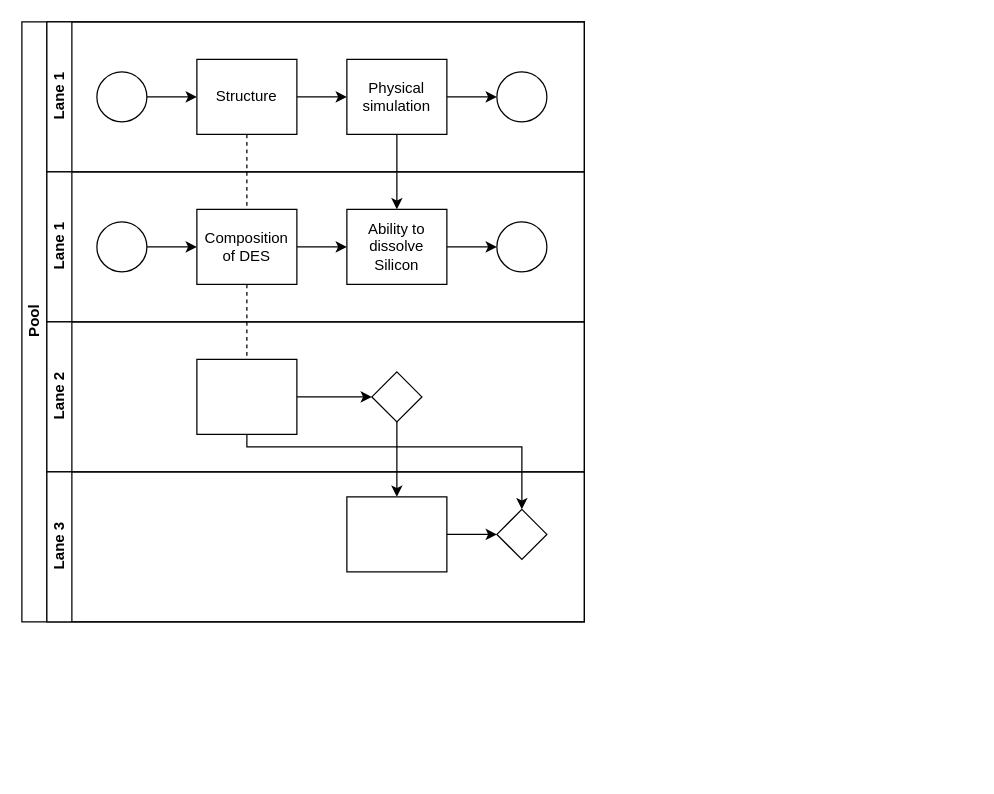
Earlier version of the draw.io diagram Unbenanntes Diagramm.drawio (kay-squared/PyTorchLearn). Source tidied: cells renumbered, new cells numbered last; positions are measured from the earlier drawing's top-left corner, leaving out a move shared by most shapes. Both pictures are drawn from the tidied source at 125%, with x=0, y=0 at pixel (21, 21).
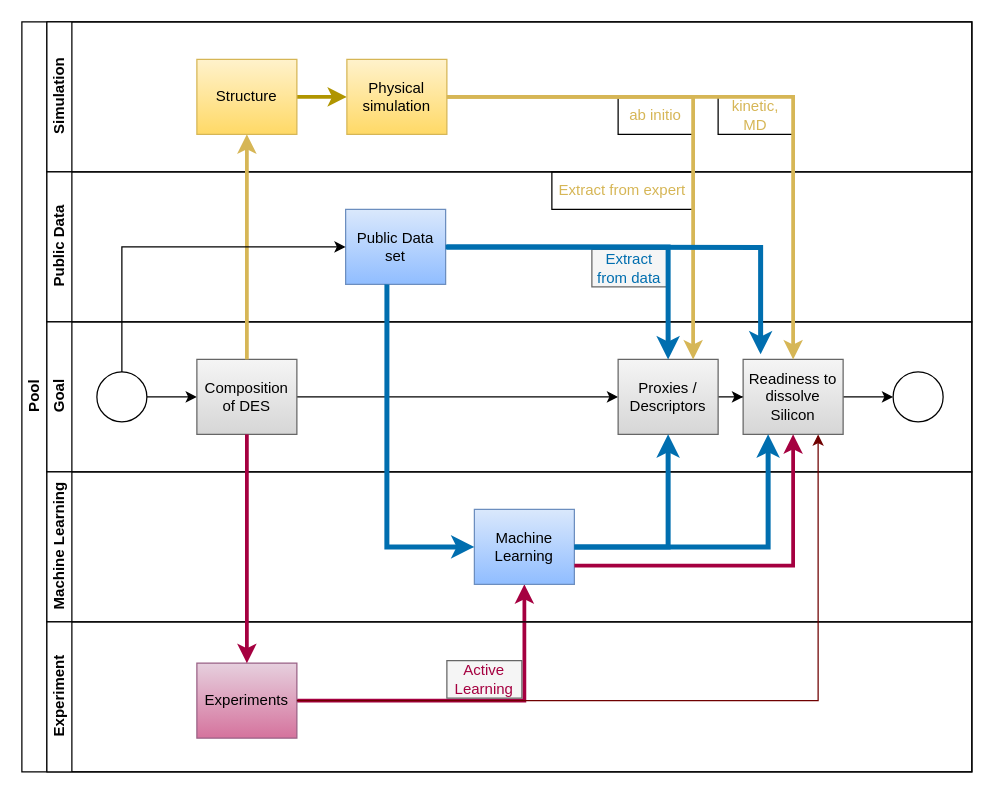
After the change.

Unchanged cells that the change refers to:
```xml
<mxCell id="16" style="ellipse;whiteSpace=wrap;html=1;" parent="14" vertex="1">
  <mxGeometry x="40" y="40" width="40" height="40" as="geometry" />
</mxCell>
```

Diff of the diagram source:
```diff
@@
     <mxCell id="2" value="Pool" style="swimlane;html=1;horizontal=0;startSize=20;" parent="1" vertex="1">
-      <mxGeometry width="450" height="480" as="geometry" />
+      <mxGeometry width="760" height="600" as="geometry" />
     </mxCell>
-    <mxCell id="3" style="edgeStyle=orthogonalEdgeStyle;rounded=0;jettySize=auto;html=1;dashed=1;endArrow=none;endFill=0;" parent="2" edge="1" source="10" target="24">
-      <mxGeometry relative="1" as="geometry" />
-    </mxCell>
-    <mxCell id="4" style="edgeStyle=orthogonalEdgeStyle;rounded=0;jettySize=auto;html=1;endArrow=classic;endFill=1;" parent="2" edge="1" source="25" target="28">
-      <mxGeometry relative="1" as="geometry" />
-    </mxCell>
-    <mxCell id="5" style="edgeStyle=orthogonalEdgeStyle;rounded=0;jettySize=auto;html=1;endArrow=classic;endFill=1;" parent="2" edge="1" source="24" target="29">
-      <mxGeometry relative="1" as="geometry">
-        <Array as="points">
-          <mxPoint x="180" y="340" />
-          <mxPoint x="400" y="340" />
-        </Array>
-      </mxGeometry>
-    </mxCell>
-    <mxCell id="6" value="Lane 1" style="swimlane;html=1;startSize=20;horizontal=0;" parent="2" vertex="1">
-      <mxGeometry x="20" width="430" height="120" as="geometry" />
+    <mxCell id="6" value="Simulation" style="swimlane;html=1;startSize=20;horizontal=0;" parent="2" vertex="1">
+      <mxGeometry x="20" width="740" height="120" as="geometry" />
     </mxCell>
-    <mxCell id="7" style="edgeStyle=orthogonalEdgeStyle;rounded=0;jettySize=auto;html=1;" parent="6" edge="1" source="8" target="10">
-      <mxGeometry relative="1" as="geometry" />
-    </mxCell>
-    <mxCell id="8" style="ellipse;whiteSpace=wrap;html=1;" parent="6" vertex="1">
-      <mxGeometry x="40" y="40" width="40" height="40" as="geometry" />
-    </mxCell>
-    <mxCell id="9" style="edgeStyle=orthogonalEdgeStyle;rounded=0;jettySize=auto;html=1;" parent="6" edge="1" source="10" target="12">
+    <mxCell id="9" style="edgeStyle=orthogonalEdgeStyle;rounded=0;jettySize=auto;html=1;fillColor=#e3c800;strokeColor=#B09500;strokeWidth=3;" parent="6" edge="1" source="10" target="12">
       <mxGeometry relative="1" as="geometry" />
     </mxCell>
+    <mxCell id="31" value="kinetic,&lt;div&gt;MD&lt;/div&gt;" style="text;html=1;align=center;verticalAlign=middle;whiteSpace=wrap;rounded=0;strokeColor=default;fontColor=#d6b656;" parent="6" vertex="1">
+      <mxGeometry x="537" y="60" width="60" height="30" as="geometry" />
+    </mxCell>
+    <mxCell id="32" value="ab initio" style="text;html=1;align=center;verticalAlign=middle;whiteSpace=wrap;rounded=0;strokeColor=default;fontColor=#d6b656;" parent="6" vertex="1">
+      <mxGeometry x="457" y="60" width="60" height="30" as="geometry" />
+    </mxCell>
-    <mxCell id="10" value="Structure" style="rounded=0;whiteSpace=wrap;html=1;fontFamily=Helvetica;fontSize=12;fontColor=#000000;align=center;" parent="6" vertex="1">
+    <mxCell id="10" value="Structure" style="rounded=0;whiteSpace=wrap;html=1;fontFamily=Helvetica;fontSize=12;align=center;fillColor=#fff2cc;strokeColor=#d6b656;gradientColor=#ffd966;" parent="6" vertex="1">
       <mxGeometry x="120" y="30" width="80" height="60" as="geometry" />
     </mxCell>
-    <mxCell id="11" style="edgeStyle=orthogonalEdgeStyle;rounded=0;jettySize=auto;html=1;endArrow=classic;endFill=1;" parent="6" edge="1" source="12" target="13">
-      <mxGeometry relative="1" as="geometry" />
-    </mxCell>
-    <mxCell id="12" value="Physical simulation" style="rounded=0;whiteSpace=wrap;html=1;fontFamily=Helvetica;fontSize=12;fontColor=#000000;align=center;" parent="6" vertex="1">
+    <mxCell id="12" value="Physical simulation" style="rounded=0;whiteSpace=wrap;html=1;fontFamily=Helvetica;fontSize=12;align=center;fillColor=#fff2cc;strokeColor=#d6b656;gradientColor=#ffd966;" parent="6" vertex="1">
       <mxGeometry x="240" y="30" width="80" height="60" as="geometry" />
     </mxCell>
-    <mxCell id="13" style="ellipse;whiteSpace=wrap;html=1;" parent="6" vertex="1">
-      <mxGeometry x="360" y="40" width="40" height="40" as="geometry" />
-    </mxCell>
+    <mxCell id="33" value="Public Data" style="swimlane;html=1;startSize=20;horizontal=0;" parent="2" vertex="1">
+      <mxGeometry x="20" y="120" width="740" height="120" as="geometry" />
+    </mxCell>
+    <mxCell id="34" value="Extract from data" style="text;html=1;align=center;verticalAlign=middle;whiteSpace=wrap;rounded=0;fillColor=#f5f5f5;fontColor=#006eaf;strokeColor=#666666;" parent="33" vertex="1">
+      <mxGeometry x="436" y="62" width="60" height="30" as="geometry" />
+    </mxCell>
+    <mxCell id="35" value="Extract from expert" style="text;html=1;align=center;verticalAlign=middle;whiteSpace=wrap;rounded=0;strokeColor=default;fontColor=#d6b656;" parent="33" vertex="1">
+      <mxGeometry x="404" width="113" height="30" as="geometry" />
+    </mxCell>
+    <mxCell id="36" value="Public Data set" style="rounded=0;whiteSpace=wrap;html=1;fontFamily=Helvetica;fontSize=12;align=center;fillColor=#dae8fc;strokeColor=#6c8ebf;gradientColor=#90BDFF;" parent="33" vertex="1">
+      <mxGeometry x="239" y="30" width="80" height="60" as="geometry" />
+    </mxCell>
-    <mxCell id="14" value="Lane 1" style="swimlane;html=1;startSize=20;horizontal=0;" parent="2" vertex="1">
-      <mxGeometry x="20" y="120" width="430" height="120" as="geometry" />
+    <mxCell id="14" value="Goal" style="swimlane;html=1;startSize=20;horizontal=0;" parent="2" vertex="1">
+      <mxGeometry x="20" y="240" width="740" height="120" as="geometry" />
     </mxCell>
@@
-    <mxCell id="17" style="edgeStyle=orthogonalEdgeStyle;rounded=0;jettySize=auto;html=1;" parent="14" edge="1" source="18" target="20">
+    <mxCell id="17" style="edgeStyle=orthogonalEdgeStyle;rounded=0;jettySize=auto;html=1;entryX=0;entryY=0.5;entryDx=0;entryDy=0;" parent="14" edge="1" source="18" target="38">
       <mxGeometry relative="1" as="geometry" />
     </mxCell>
+    <mxCell id="19" style="edgeStyle=orthogonalEdgeStyle;rounded=0;jettySize=auto;html=1;endArrow=classic;endFill=1;" parent="14" edge="1" source="20" target="21">
+      <mxGeometry relative="1" as="geometry" />
+    </mxCell>
+    <mxCell id="21" style="ellipse;whiteSpace=wrap;html=1;" parent="14" vertex="1">
+      <mxGeometry x="677" y="40" width="40" height="40" as="geometry" />
+    </mxCell>
+    <mxCell id="37" style="edgeStyle=orthogonalEdgeStyle;rounded=0;jettySize=auto;html=1;" parent="14" edge="1" source="38" target="20">
+      <mxGeometry relative="1" as="geometry" />
+    </mxCell>
-    <mxCell id="18" value="Composition of DES" style="rounded=0;whiteSpace=wrap;html=1;fontFamily=Helvetica;fontSize=12;fontColor=#000000;align=center;" parent="14" vertex="1">
+    <mxCell id="18" value="Composition of DES" style="rounded=0;whiteSpace=wrap;html=1;fontFamily=Helvetica;fontSize=12;align=center;fillColor=#f5f5f5;strokeColor=#666666;gradientColor=#D6D6D6;" parent="14" vertex="1">
       <mxGeometry x="120" y="30" width="80" height="60" as="geometry" />
     </mxCell>
-    <mxCell id="19" style="edgeStyle=orthogonalEdgeStyle;rounded=0;jettySize=auto;html=1;endArrow=classic;endFill=1;" parent="14" edge="1" source="20" target="21">
-      <mxGeometry relative="1" as="geometry" />
-    </mxCell>
-    <mxCell id="20" value="Ability to dissolve Silicon" style="rounded=0;whiteSpace=wrap;html=1;fontFamily=Helvetica;fontSize=12;fontColor=#000000;align=center;" parent="14" vertex="1">
-      <mxGeometry x="240" y="30" width="80" height="60" as="geometry" />
+    <mxCell id="20" value="Readiness to dissolve Silicon" style="rounded=0;whiteSpace=wrap;html=1;fontFamily=Helvetica;fontSize=12;align=center;fillColor=#f5f5f5;strokeColor=#666666;gradientColor=#D6D6D6;" parent="14" vertex="1">
+      <mxGeometry x="557" y="30" width="80" height="60" as="geometry" />
     </mxCell>
-    <mxCell id="21" style="ellipse;whiteSpace=wrap;html=1;" parent="14" vertex="1">
-      <mxGeometry x="360" y="40" width="40" height="40" as="geometry" />
-    </mxCell>
+    <mxCell id="38" value="Proxies / Descriptors" style="rounded=0;whiteSpace=wrap;html=1;fontFamily=Helvetica;fontSize=12;align=center;fillColor=#f5f5f5;strokeColor=#666666;gradientColor=#D6D6D6;" parent="14" vertex="1">
+      <mxGeometry x="457" y="30" width="80" height="60" as="geometry" />
+    </mxCell>
-    <mxCell id="22" value="Lane 2" style="swimlane;html=1;startSize=20;horizontal=0;" parent="2" vertex="1">
-      <mxGeometry x="20" y="240" width="430" height="120" as="geometry" />
+    <mxCell id="22" value="Machine Learning" style="swimlane;html=1;startSize=20;horizontal=0;" parent="2" vertex="1">
+      <mxGeometry x="20" y="360" width="740" height="120" as="geometry" />
     </mxCell>
+    <mxCell id="39" style="edgeStyle=orthogonalEdgeStyle;rounded=0;jettySize=auto;html=1;exitX=1;exitY=0.5;exitDx=0;exitDy=0;entryX=0.5;entryY=1;entryDx=0;entryDy=0;fillColor=#d80073;strokeColor=#A50040;strokeWidth=3;" parent="22" edge="1" source="24" target="28">
+      <mxGeometry relative="1" as="geometry" />
+    </mxCell>
+    <mxCell id="24" value="Experiments" style="rounded=0;whiteSpace=wrap;html=1;fontFamily=Helvetica;fontSize=12;align=center;fillColor=#e6d0de;strokeColor=#996185;gradientColor=#d5739d;" parent="22" vertex="1">
+      <mxGeometry x="120" y="153" width="80" height="60" as="geometry" />
+    </mxCell>
+    <mxCell id="28" value="Machine Learning" style="rounded=0;whiteSpace=wrap;html=1;fontFamily=Helvetica;fontSize=12;align=center;fillColor=#dae8fc;strokeColor=#6c8ebf;gradientColor=#90BDFF;" parent="22" vertex="1">
+      <mxGeometry x="342" y="30" width="80" height="60" as="geometry" />
+    </mxCell>
+    <mxCell id="26" value="Experiment" style="swimlane;html=1;startSize=20;horizontal=0;" parent="2" vertex="1">
+      <mxGeometry x="20" y="480" width="740" height="120" as="geometry" />
+    </mxCell>
+    <mxCell id="40" value="Active Learning" style="text;html=1;align=center;verticalAlign=middle;whiteSpace=wrap;rounded=0;fillColor=#f5f5f5;fontColor=#a50040;strokeColor=#666666;" parent="26" vertex="1">
+      <mxGeometry x="320" y="31" width="60" height="30" as="geometry" />
+    </mxCell>
+    <mxCell id="30" style="edgeStyle=orthogonalEdgeStyle;rounded=0;jettySize=auto;html=1;fillColor=#fff2cc;strokeColor=#d6b656;strokeWidth=3;gradientColor=#ffd966;" parent="2" edge="1" source="12" target="20">
+      <mxGeometry relative="1" as="geometry" />
+    </mxCell>
+    <mxCell id="41" style="edgeStyle=orthogonalEdgeStyle;rounded=0;jettySize=auto;html=1;fillColor=#fff2cc;strokeColor=#d6b656;strokeWidth=3;gradientColor=#ffd966;" parent="2" edge="1" source="18" target="10">
+      <mxGeometry relative="1" as="geometry" />
+    </mxCell>
+    <mxCell id="42" style="endArrow=classic;html=1;rounded=0;exitX=0.5;exitY=0;exitDx=0;exitDy=0;entryX=0;entryY=0.5;entryDx=0;entryDy=0;" parent="2" edge="1" source="16" target="36">
+      <mxGeometry relative="1" as="geometry">
+        <Array as="points">
+          <mxPoint x="80" y="180" />
+        </Array>
+      </mxGeometry>
+    </mxCell>
+    <mxCell id="43" style="edgeStyle=orthogonalEdgeStyle;rounded=0;jettySize=auto;html=1;fillColor=#1ba1e2;strokeColor=#006EAF;strokeWidth=4;" parent="2" edge="1" source="36" target="38">
+      <mxGeometry relative="1" as="geometry" />
+    </mxCell>
+    <mxCell id="44" style="edgeStyle=orthogonalEdgeStyle;rounded=0;jettySize=auto;html=1;exitX=1;exitY=0.5;exitDx=0;exitDy=0;entryX=0.75;entryY=0;entryDx=0;entryDy=0;fillColor=#fff2cc;strokeColor=#d6b656;strokeWidth=3;gradientColor=#ffd966;" parent="2" edge="1" source="12" target="38">
+      <mxGeometry relative="1" as="geometry" />
+    </mxCell>
+    <mxCell id="45" style="endArrow=classic;html=1;rounded=0;exitX=0.413;exitY=1;exitDx=0;exitDy=0;exitPerimeter=0;entryX=0;entryY=0.5;entryDx=0;entryDy=0;fillColor=#1ba1e2;strokeColor=#006EAF;strokeWidth=4;" parent="2" edge="1" source="36" target="28">
+      <mxGeometry relative="1" as="geometry">
+        <Array as="points">
+          <mxPoint x="292" y="420" />
+        </Array>
+      </mxGeometry>
+    </mxCell>
-    <mxCell id="23" style="edgeStyle=orthogonalEdgeStyle;rounded=0;jettySize=auto;html=1;endArrow=classic;endFill=1;" parent="22" edge="1" source="24" target="25">
+    <mxCell id="23" style="edgeStyle=orthogonalEdgeStyle;rounded=0;jettySize=auto;html=1;endArrow=classic;endFill=1;entryX=0.75;entryY=1;entryDx=0;entryDy=0;fillColor=#a20025;strokeColor=#6F0000;" parent="2" edge="1" source="24" target="20">
       <mxGeometry relative="1" as="geometry" />
     </mxCell>
-    <mxCell id="24" style="rounded=0;whiteSpace=wrap;html=1;fontFamily=Helvetica;fontSize=12;fontColor=#000000;align=center;" parent="22" vertex="1">
-      <mxGeometry x="120" y="30" width="80" height="60" as="geometry" />
-    </mxCell>
-    <mxCell id="25" style="rhombus;whiteSpace=wrap;html=1;fontFamily=Helvetica;fontSize=12;fontColor=#000000;align=center;" parent="22" vertex="1">
-      <mxGeometry x="260" y="40" width="40" height="40" as="geometry" />
-    </mxCell>
-    <mxCell id="26" value="Lane 3" style="swimlane;html=1;startSize=20;horizontal=0;" parent="2" vertex="1">
-      <mxGeometry x="20" y="360" width="430" height="120" as="geometry" />
-    </mxCell>
-    <mxCell id="27" style="edgeStyle=orthogonalEdgeStyle;rounded=0;jettySize=auto;html=1;endArrow=classic;endFill=1;" parent="26" edge="1" source="28" target="29">
-      <mxGeometry relative="1" as="geometry" />
-    </mxCell>
-    <mxCell id="28" style="rounded=0;whiteSpace=wrap;html=1;fontFamily=Helvetica;fontSize=12;fontColor=#000000;align=center;" parent="26" vertex="1">
-      <mxGeometry x="240" y="20" width="80" height="60" as="geometry" />
-    </mxCell>
-    <mxCell id="29" style="rhombus;whiteSpace=wrap;html=1;fontFamily=Helvetica;fontSize=12;fontColor=#000000;align=center;" parent="26" vertex="1">
-      <mxGeometry x="360" y="30" width="40" height="40" as="geometry" />
-    </mxCell>
-    <mxCell id="30" style="edgeStyle=orthogonalEdgeStyle;rounded=0;jettySize=auto;html=1;" parent="2" edge="1" source="12" target="20">
-      <mxGeometry relative="1" as="geometry" />
-    </mxCell>
+    <mxCell id="46" style="edgeStyle=orthogonalEdgeStyle;rounded=0;jettySize=auto;html=1;exitX=1;exitY=0.5;exitDx=0;exitDy=0;entryX=0.5;entryY=1;entryDx=0;entryDy=0;fillColor=#1ba1e2;strokeColor=#006EAF;strokeWidth=4;" parent="2" edge="1" source="28" target="38">
+      <mxGeometry relative="1" as="geometry" />
+    </mxCell>
+    <mxCell id="47" style="edgeStyle=orthogonalEdgeStyle;rounded=0;jettySize=auto;html=1;exitX=1;exitY=0.75;exitDx=0;exitDy=0;entryX=0.5;entryY=1;entryDx=0;entryDy=0;fillColor=#d80073;strokeColor=#A50040;strokeWidth=3;" parent="2" edge="1" source="28" target="20">
+      <mxGeometry relative="1" as="geometry" />
+    </mxCell>
+    <mxCell id="48" style="edgeStyle=orthogonalEdgeStyle;rounded=0;jettySize=auto;html=1;exitX=1;exitY=0.5;exitDx=0;exitDy=0;entryX=0.25;entryY=1;entryDx=0;entryDy=0;fillColor=#1ba1e2;strokeColor=#006EAF;strokeWidth=4;" parent="2" edge="1" source="28" target="20">
+      <mxGeometry relative="1" as="geometry" />
+    </mxCell>
+    <mxCell id="49" style="endArrow=classic;html=1;rounded=0;exitX=0.5;exitY=1;exitDx=0;exitDy=0;strokeWidth=3;fillColor=#a20025;strokeColor=#a50040;" parent="2" edge="1" source="18" target="24">
+      <mxGeometry relative="1" as="geometry" />
+    </mxCell>
+    <mxCell id="50" style="edgeStyle=orthogonalEdgeStyle;rounded=0;jettySize=auto;html=1;fillColor=#1ba1e2;strokeColor=#006EAF;strokeWidth=4;entryX=0.175;entryY=-0.067;entryDx=0;entryDy=0;entryPerimeter=0;" parent="1" edge="1" target="20">
+      <mxGeometry relative="1" as="geometry">
+        <mxPoint x="340" y="180" as="sourcePoint" />
+      </mxGeometry>
+    </mxCell>
```
